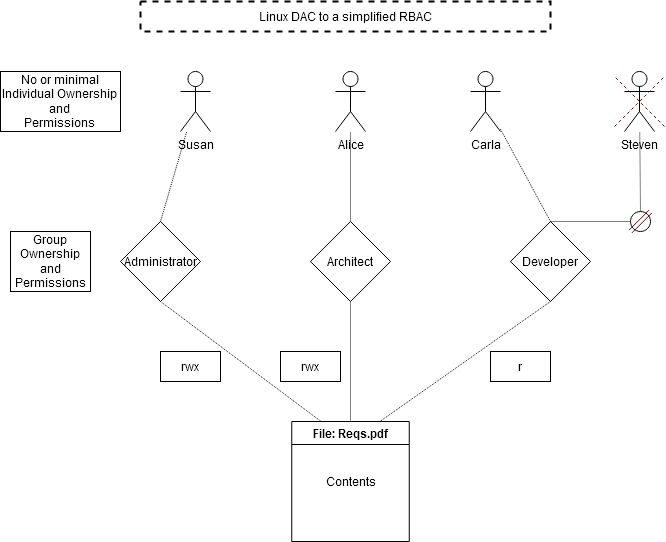
This is Linux Filesystem test RBAC.png from Nobel-CS/RBAC_test, a draw.io export, as it was before one commit. Source tidied: cells renumbered, new cells last; positions are measured from the earlier drawing's top-left corner, leaving out a move shared by most shapes.
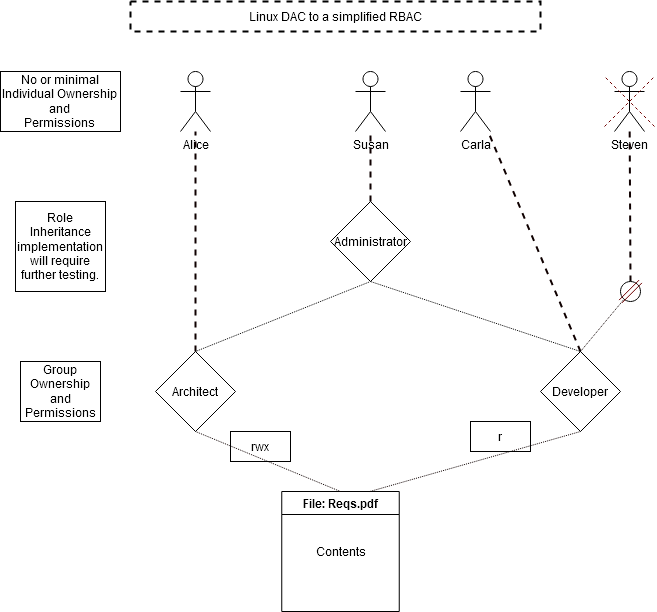
After the commit.

Change to the diagram source:
```diff
@@ -3,10 +3,10 @@
     <mxCell id="0" />
     <mxCell id="1" parent="0" />
     <mxCell id="2" value="&lt;div&gt;Alice&lt;/div&gt;" style="shape=umlActor;verticalLabelPosition=bottom;verticalAlign=top;html=1;outlineConnect=0;" parent="1" vertex="1">
-      <mxGeometry x="335" y="70" width="30" height="60" as="geometry" />
+      <mxGeometry x="190" y="70" width="30" height="60" as="geometry" />
     </mxCell>
     <mxCell id="3" value="Susan" style="shape=umlActor;verticalLabelPosition=bottom;verticalAlign=top;html=1;outlineConnect=0;" parent="1" vertex="1">
-      <mxGeometry x="180" y="70" width="30" height="60" as="geometry" />
+      <mxGeometry x="365" y="70" width="30" height="60" as="geometry" />
     </mxCell>
     <mxCell id="4" value="Carla" style="shape=umlActor;verticalLabelPosition=bottom;verticalAlign=top;html=1;outlineConnect=0;" parent="1" vertex="1">
       <mxGeometry x="470" y="70" width="30" height="60" as="geometry" />
@@ -27,70 +27,73 @@
       </mxGeometry>
     </mxCell>
     <mxCell id="8" value="File: Reqs.pdf" style="swimlane;whiteSpace=wrap;html=1;" parent="1" vertex="1">
-      <mxGeometry x="291.2" y="420" width="117.5" height="120" as="geometry" />
+      <mxGeometry x="291.2" y="490" width="117.5" height="120" as="geometry" />
     </mxCell>
     <mxCell id="9" value="Contents" style="text;html=1;align=center;verticalAlign=middle;strokeColor=none;fillColor=none;" parent="8" vertex="1">
       <mxGeometry x="23.8" y="45" width="70" height="30" as="geometry" />
     </mxCell>
-    <mxCell id="10" style="endArrow=none;dashed=1;html=1;strokeWidth=1;rounded=0;strokeColor=#0F0000;entryX=0.5;entryY=1;entryDx=0;entryDy=0;exitX=0.25;exitY=0;exitDx=0;exitDy=0;dashPattern=1 1;" parent="1" edge="1" source="8" target="11">
-      <mxGeometry relative="1" as="geometry" />
-    </mxCell>
     <mxCell id="11" value="Administrator" style="rhombus;whiteSpace=wrap;html=1;" parent="1" vertex="1">
-      <mxGeometry x="120" y="220" width="80" height="80" as="geometry" />
+      <mxGeometry x="340" y="200" width="80" height="80" as="geometry" />
     </mxCell>
-    <mxCell id="12" style="rounded=0;jettySize=auto;html=1;exitX=0.5;exitY=0;exitDx=0;exitDy=0;dashed=1;dashPattern=1 1;strokeColor=#0F0000;strokeWidth=1;endArrow=none;endFill=0;" parent="1" edge="1" source="14" target="2">
+    <mxCell id="12" style="rounded=0;jettySize=auto;html=1;exitX=0.5;exitY=0;exitDx=0;exitDy=0;dashed=1;strokeColor=#0F0000;strokeWidth=2;endArrow=none;endFill=0;" parent="1" edge="1" source="14" target="2">
       <mxGeometry relative="1" as="geometry" />
     </mxCell>
     <mxCell id="13" style="edgeStyle=none;rounded=0;jettySize=auto;html=1;exitX=0.5;exitY=1;exitDx=0;exitDy=0;entryX=0.5;entryY=0;entryDx=0;entryDy=0;dashed=1;dashPattern=1 1;strokeColor=#0F0000;strokeWidth=1;endArrow=none;endFill=0;" parent="1" edge="1" source="14" target="8">
       <mxGeometry relative="1" as="geometry" />
     </mxCell>
     <mxCell id="14" value="Architect" style="rhombus;whiteSpace=wrap;html=1;" parent="1" vertex="1">
-      <mxGeometry x="310" y="220" width="80" height="80" as="geometry" />
+      <mxGeometry x="165" y="350" width="80" height="80" as="geometry" />
     </mxCell>
-    <mxCell id="15" style="edgeStyle=none;rounded=0;jettySize=auto;html=1;exitX=0.5;exitY=0;exitDx=0;exitDy=0;dashed=1;dashPattern=1 1;strokeColor=#0F0000;strokeWidth=1;endArrow=none;endFill=0;" parent="1" edge="1" source="18" target="4">
+    <mxCell id="15" style="edgeStyle=none;rounded=0;jettySize=auto;html=1;exitX=0.5;exitY=0;exitDx=0;exitDy=0;dashed=1;strokeColor=#0F0000;strokeWidth=2;endArrow=none;endFill=0;" parent="1" edge="1" source="18" target="4">
       <mxGeometry relative="1" as="geometry" />
     </mxCell>
-    <mxCell id="16" style="edgeStyle=none;rounded=0;jettySize=auto;html=1;exitX=0.5;exitY=0;exitDx=0;exitDy=0;dashed=1;dashPattern=1 1;strokeColor=#0F0000;strokeWidth=1;endArrow=none;endFill=0;startArrow=none;" parent="1" edge="1" source="20" target="5">
+    <mxCell id="16" style="edgeStyle=none;rounded=0;jettySize=auto;html=1;exitX=0.5;exitY=0;exitDx=0;exitDy=0;dashed=1;strokeColor=#0F0000;strokeWidth=2;endArrow=none;endFill=0;startArrow=none;" parent="1" edge="1" source="20" target="5">
       <mxGeometry relative="1" as="geometry" />
     </mxCell>
     <mxCell id="17" style="edgeStyle=none;rounded=0;jettySize=auto;html=1;exitX=0.5;exitY=1;exitDx=0;exitDy=0;entryX=0.75;entryY=0;entryDx=0;entryDy=0;dashed=1;dashPattern=1 1;strokeColor=#0F0000;strokeWidth=1;endArrow=none;endFill=0;" parent="1" edge="1" source="18" target="8">
       <mxGeometry relative="1" as="geometry" />
     </mxCell>
     <mxCell id="18" value="Developer" style="rhombus;whiteSpace=wrap;html=1;" parent="1" vertex="1">
-      <mxGeometry x="510" y="220" width="80" height="80" as="geometry" />
+      <mxGeometry x="550" y="350" width="80" height="80" as="geometry" />
     </mxCell>
-    <mxCell id="19" style="endArrow=none;dashed=1;html=1;rounded=0;dashPattern=1 1;strokeColor=#0F0000;exitX=0.5;exitY=0;exitDx=0;exitDy=0;" parent="1" edge="1" source="11" target="3">
+    <mxCell id="19" style="endArrow=none;dashed=1;html=1;rounded=0;strokeColor=#0F0000;exitX=0.5;exitY=0;exitDx=0;exitDy=0;strokeWidth=2;" parent="1" edge="1" source="11" target="3">
       <mxGeometry relative="1" as="geometry" />
     </mxCell>
     <mxCell id="20" style="ellipse;whiteSpace=wrap;html=1;" parent="1" vertex="1">
-      <mxGeometry x="630" y="210" width="20" height="20" as="geometry" />
+      <mxGeometry x="630" y="280" width="20" height="20" as="geometry" />
     </mxCell>
     <mxCell id="21" style="edgeStyle=none;rounded=0;jettySize=auto;html=1;exitX=0.5;exitY=0;exitDx=0;exitDy=0;dashed=1;dashPattern=1 1;strokeColor=#0F0000;strokeWidth=1;endArrow=none;endFill=0;" parent="1" edge="1" source="18" target="20">
       <mxGeometry relative="1" as="geometry" />
     </mxCell>
     <mxCell id="22" style="shape=link;endArrow=none;html=1;rounded=1;strokeColor=#6F0000;strokeWidth=1;endFill=0;fillColor=#a20025;sketch=0;" parent="1" edge="1">
       <mxGeometry relative="1" as="geometry">
-        <mxPoint x="630" y="230" as="sourcePoint" />
-        <mxPoint x="650" y="210" as="targetPoint" />
+        <mxPoint x="630" y="300" as="sourcePoint" />
+        <mxPoint x="650" y="280" as="targetPoint" />
       </mxGeometry>
     </mxCell>
-    <mxCell id="23" value="rwx" style="text;html=1;strokeColor=default;fillColor=none;align=center;verticalAlign=middle;whiteSpace=wrap;rounded=0;" parent="1" vertex="1">
-      <mxGeometry x="160" y="350" width="60" height="30" as="geometry" />
-    </mxCell>
     <mxCell id="24" value="rwx" style="text;html=1;strokeColor=default;fillColor=none;align=center;verticalAlign=middle;whiteSpace=wrap;rounded=0;" parent="1" vertex="1">
-      <mxGeometry x="280" y="350" width="60" height="30" as="geometry" />
+      <mxGeometry x="240" y="430" width="60" height="30" as="geometry" />
     </mxCell>
     <mxCell id="25" value="r" style="text;html=1;strokeColor=default;fillColor=none;align=center;verticalAlign=middle;whiteSpace=wrap;rounded=0;" parent="1" vertex="1">
-      <mxGeometry x="490" y="350" width="60" height="30" as="geometry" />
+      <mxGeometry x="480" y="420" width="60" height="30" as="geometry" />
     </mxCell>
     <mxCell id="26" value="Group Ownership and Permissions" style="text;html=1;strokeColor=default;fillColor=none;align=center;verticalAlign=middle;whiteSpace=wrap;rounded=0;" parent="1" vertex="1">
-      <mxGeometry x="10" y="230" width="80" height="60" as="geometry" />
+      <mxGeometry x="30" y="360" width="80" height="60" as="geometry" />
     </mxCell>
     <mxCell id="27" value="&lt;div&gt;No or minimal Individual Ownership &lt;br&gt;&lt;/div&gt;&lt;div&gt;and &lt;br&gt;&lt;/div&gt;&lt;div&gt;Permissions&lt;br&gt;&lt;/div&gt;" style="text;html=1;strokeColor=default;fillColor=none;align=center;verticalAlign=middle;whiteSpace=wrap;rounded=0;" parent="1" vertex="1">
-      <mxGeometry y="70" width="120" height="60" as="geometry" />
+      <mxGeometry x="10" y="70" width="120" height="60" as="geometry" />
     </mxCell>
     <mxCell id="28" value="Linux DAC to a simplified RBAC " style="text;html=1;strokeColor=default;fillColor=none;align=center;verticalAlign=middle;whiteSpace=wrap;rounded=0;dashed=1;strokeWidth=2;" parent="1" vertex="1">
       <mxGeometry x="140" width="410" height="30" as="geometry" />
     </mxCell>
+    <mxCell id="29" value="Role Inheritance implementation will require further testing." style="text;html=1;strokeColor=default;fillColor=none;align=center;verticalAlign=middle;whiteSpace=wrap;rounded=0;" parent="1" vertex="1">
+      <mxGeometry x="25" y="200" width="90" height="90" as="geometry" />
+    </mxCell>
+    <mxCell id="30" style="endArrow=none;dashed=1;html=1;rounded=0;dashPattern=1 1;entryX=0.5;entryY=1;entryDx=0;entryDy=0;exitX=0.5;exitY=0;exitDx=0;exitDy=0;" parent="1" edge="1" source="14" target="11">
+      <mxGeometry relative="1" as="geometry" />
+    </mxCell>
+    <mxCell id="31" style="endArrow=none;dashed=1;html=1;rounded=0;dashPattern=1 1;entryX=0.5;entryY=1;entryDx=0;entryDy=0;exitX=0.5;exitY=0;exitDx=0;exitDy=0;" parent="1" edge="1" source="18" target="11">
+      <mxGeometry relative="1" as="geometry" />
+    </mxCell>
   </root>
 </mxGraphModel>
```
